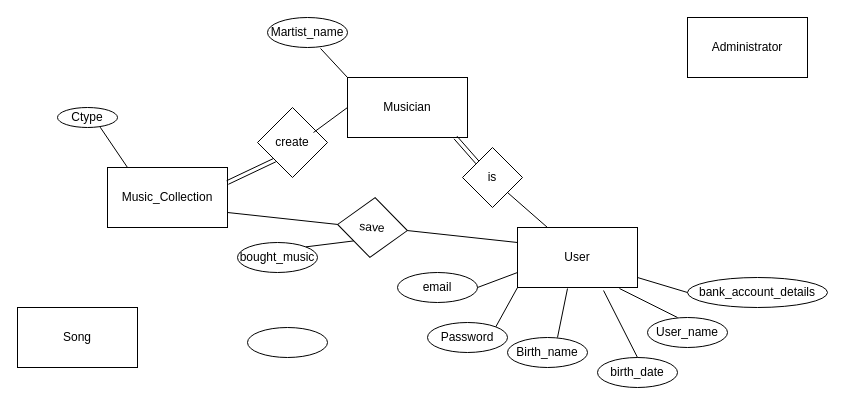
Above: Unbenanntes Diagramm.drawio in Fontys-PRJ/PRJ1 (draw.io), before the change. Source tidied: cells renumbered, new cells numbered last; positions are measured from the earlier drawing's top-left corner, leaving out a move shared by most shapes. Both pictures are drawn from the tidied source at 100%, with x=0, y=0 at pixel (17, 17).
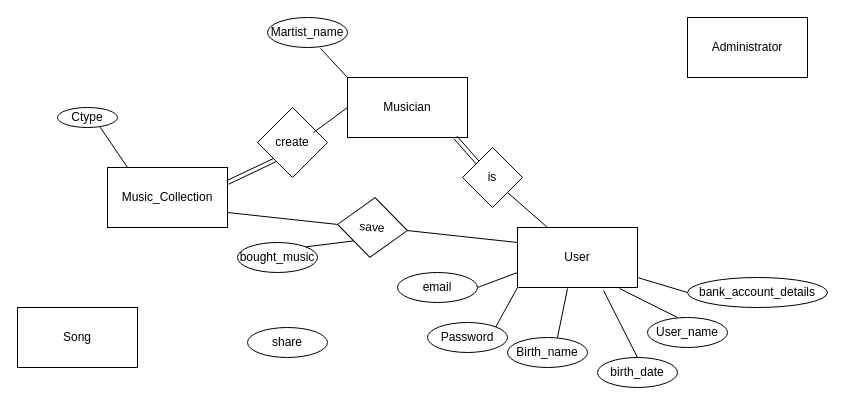
The same page after the edit.

The edit, as a diff of the source:
```diff
@@
-    <mxCell id="31" style="ellipse;whiteSpace=wrap;html=1;" parent="1" vertex="1">
+    <mxCell id="31" value="share" style="ellipse;whiteSpace=wrap;html=1;" parent="1" vertex="1">
       <mxGeometry x="230" y="310" width="80" height="30" as="geometry" />
     </mxCell>
```
